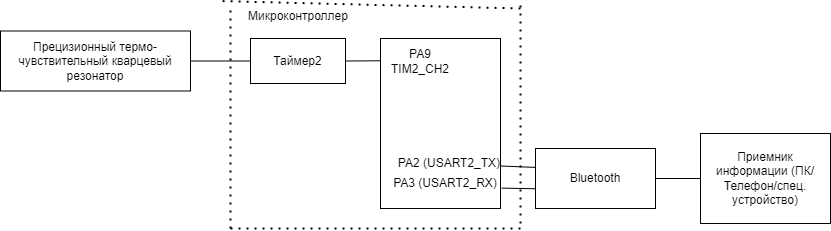
The draw.io diagram DOC/images/Structura.png in Luda-Seliv-KE-413/Kursovoy, before a commit. Source tidied: cells renumbered, new cells last; positions are measured from the earlier drawing's top-left corner, leaving out a move shared by most shapes.
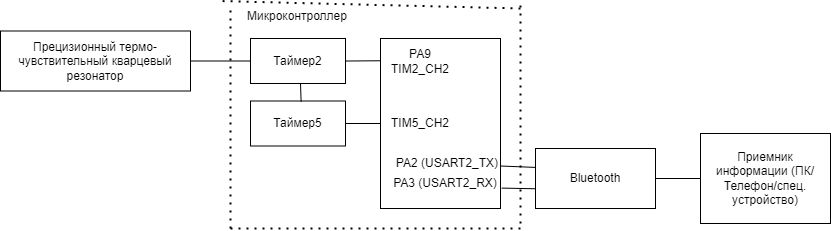
Above is the later version.

Diff of the diagram source:
```diff
@@ -56,7 +56,7 @@
       <mxGeometry relative="1" as="geometry" />
     </mxCell>
     <mxCell id="15" value="PA2 (USART2_TX)" style="text;html=1;align=center;verticalAlign=middle;whiteSpace=wrap;rounded=0;" parent="1" vertex="1">
-      <mxGeometry x="394" y="148" width="110" height="30" as="geometry" />
+      <mxGeometry x="394" y="148" width="106" height="30" as="geometry" />
     </mxCell>
     <mxCell id="16" value="PA3 (USART2_RX)" style="text;html=1;align=center;verticalAlign=middle;whiteSpace=wrap;rounded=0;" parent="1" vertex="1">
       <mxGeometry x="390" y="168" width="110" height="30" as="geometry" />
@@ -73,5 +73,19 @@
     <mxCell id="19" value="PA9&lt;br&gt;TIM2_CH2" style="text;html=1;align=center;verticalAlign=middle;whiteSpace=wrap;rounded=0;" parent="1" vertex="1">
       <mxGeometry x="390" y="45.5" width="60" height="30" as="geometry" />
     </mxCell>
+    <mxCell id="20" value="Таймер5" style="rounded=0;whiteSpace=wrap;html=1;" parent="1" vertex="1">
+      <mxGeometry x="250" y="100.5" width="95" height="45" as="geometry" />
+    </mxCell>
+    <mxCell id="21" style="endArrow=none;html=1;rounded=0;entryX=0;entryY=0.5;entryDx=0;entryDy=0;exitX=1;exitY=0.5;exitDx=0;exitDy=0;" parent="1" edge="1" source="20" target="2">
+      <mxGeometry relative="1" as="geometry" />
+    </mxCell>
+    <mxCell id="22" style="endArrow=none;html=1;rounded=0;exitX=0.533;exitY=0.017;exitDx=0;exitDy=0;exitPerimeter=0;" parent="1" edge="1" source="20">
+      <mxGeometry relative="1" as="geometry">
+        <mxPoint x="300" y="83" as="targetPoint" />
+      </mxGeometry>
+    </mxCell>
+    <mxCell id="23" value="TIM5_CH2" style="text;html=1;align=center;verticalAlign=middle;whiteSpace=wrap;rounded=0;" parent="1" vertex="1">
+      <mxGeometry x="390" y="108" width="60" height="30" as="geometry" />
+    </mxCell>
   </root>
 </mxGraphModel>
```
